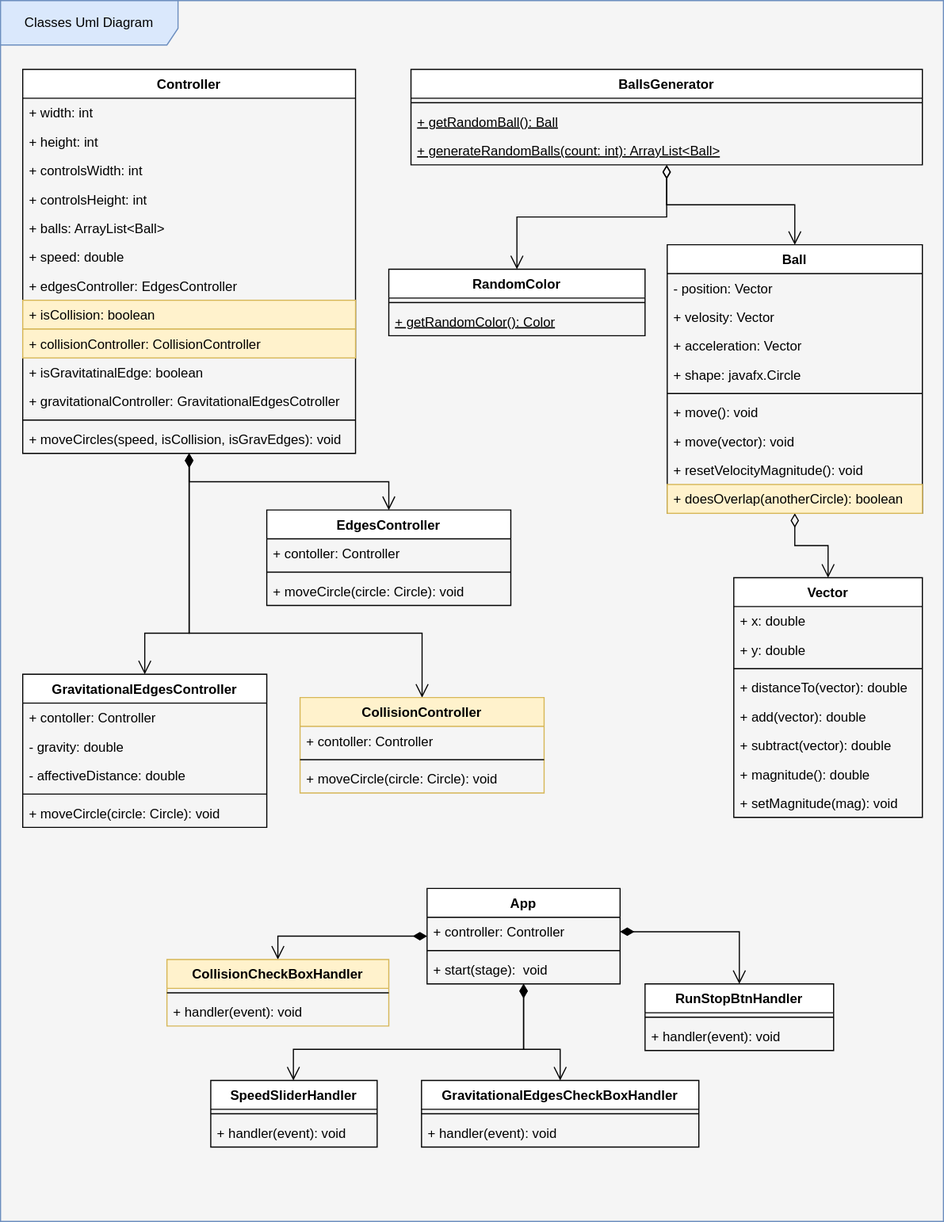
The draw.io diagram bouncing-balls-class-uml.svg in MuhammadSawalhy/bouncing-balls-javafx, before a commit. Source tidied: cells renumbered, new cells last; positions are measured from the earlier drawing's top-left corner, leaving out a move shared by most shapes.
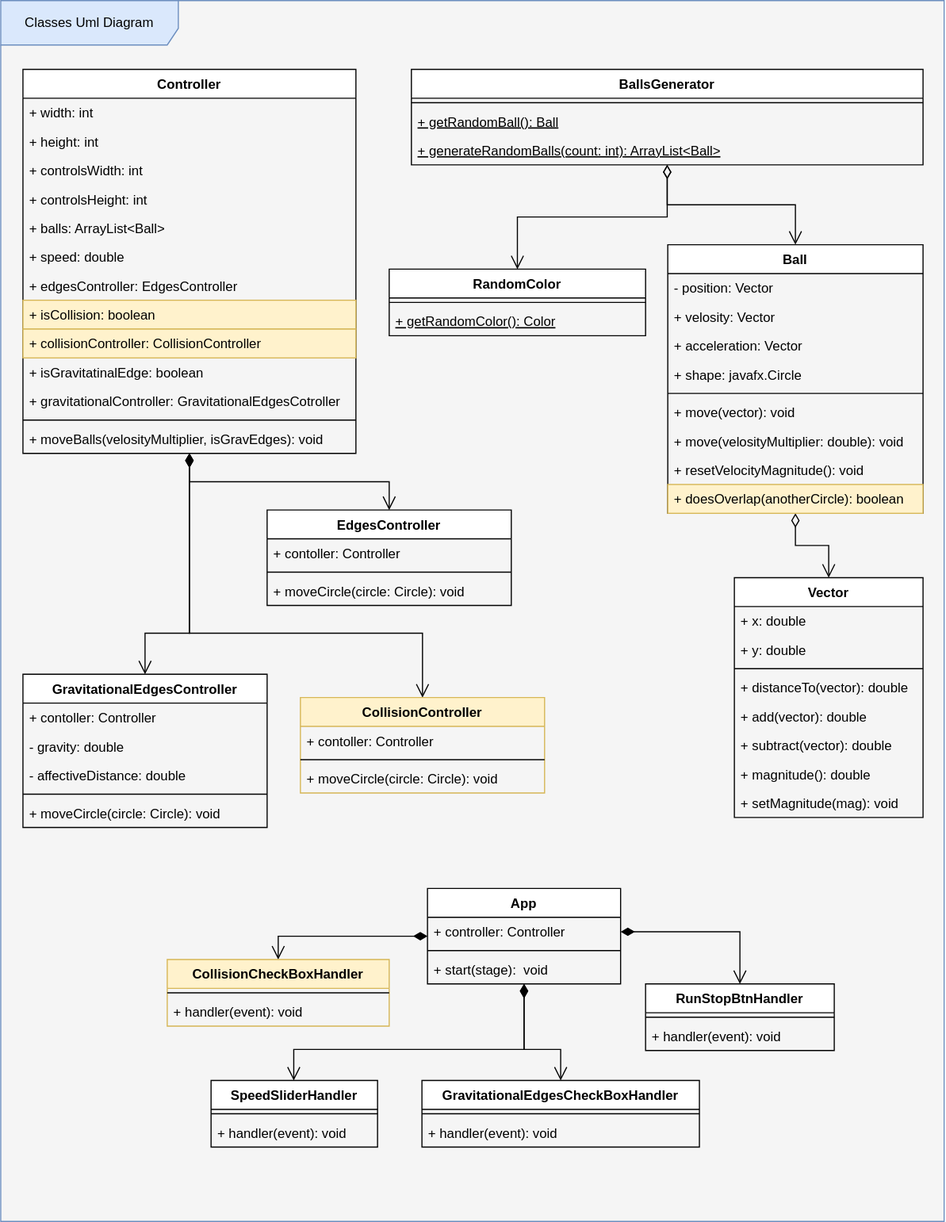
After the commit.

Commit message:
Update classes UML to fix speed controlling

- Controller.moveBalls take correct arguments
- Ball.move() is not valid anymore
- Ball.move(velosityMulriplier is used instead

What changed in the source:
```diff
@@ -63,7 +63,7 @@
     <mxCell id="18" style="line;strokeWidth=1;fillColor=none;align=left;verticalAlign=middle;spacingTop=-1;spacingLeft=3;spacingRight=3;labelPosition=right;shadow=0;" parent="6" vertex="1">
       <mxGeometry y="312" width="300" height="8" as="geometry" />
     </mxCell>
-    <mxCell id="19" value="+ moveCircles(speed, isCollision, isGravEdges): void" style="text;strokeColor=none;fillColor=none;align=left;verticalAlign=top;spacingLeft=4;spacingRight=4;overflow=hidden;shadow=0;" parent="6" vertex="1">
+    <mxCell id="19" value="+ moveBalls(velosityMultiplier, isGravEdges): void" style="text;strokeColor=none;fillColor=none;align=left;verticalAlign=top;spacingLeft=4;spacingRight=4;overflow=hidden;shadow=0;" parent="6" vertex="1">
       <mxGeometry y="320" width="300" height="26" as="geometry" />
     </mxCell>
     <mxCell id="20" style="edgeStyle=orthogonalEdgeStyle;rounded=0;jettySize=auto;html=1;entryX=0.5;entryY=0;entryDx=0;entryDy=0;startArrow=diamondThin;startFill=1;endArrow=open;endFill=0;startSize=10;endSize=10;strokeWidth=1;" parent="1" edge="1" source="23" target="70">
@@ -187,12 +187,12 @@
     <mxCell id="56" style="line;strokeWidth=1;fillColor=none;align=left;verticalAlign=middle;spacingTop=-1;spacingLeft=3;spacingRight=3;labelPosition=right;shadow=0;" parent="51" vertex="1">
       <mxGeometry y="130" width="230" height="8" as="geometry" />
     </mxCell>
+    <mxCell id="58" value="+ move(vector): void" style="text;strokeColor=none;fillColor=none;align=left;verticalAlign=top;spacingLeft=4;spacingRight=4;overflow=hidden;shadow=0;" parent="51" vertex="1">
+      <mxGeometry y="138" width="230" height="26" as="geometry" />
+    </mxCell>
-    <mxCell id="57" value="+ move(): void" style="text;strokeColor=none;fillColor=none;align=left;verticalAlign=top;spacingLeft=4;spacingRight=4;overflow=hidden;shadow=0;" parent="51" vertex="1">
-      <mxGeometry y="138" width="230" height="26" as="geometry" />
+    <mxCell id="57" value="+ move(velosityMultiplier: double): void" style="text;strokeColor=none;fillColor=none;align=left;verticalAlign=top;spacingLeft=4;spacingRight=4;overflow=hidden;shadow=0;" parent="51" vertex="1">
+      <mxGeometry y="164" width="230" height="26" as="geometry" />
     </mxCell>
-    <mxCell id="58" value="+ move(vector): void" style="text;strokeColor=none;fillColor=none;align=left;verticalAlign=top;spacingLeft=4;spacingRight=4;overflow=hidden;shadow=0;" parent="51" vertex="1">
-      <mxGeometry y="164" width="230" height="26" as="geometry" />
-    </mxCell>
     <mxCell id="59" value="+ resetVelocityMagnitude(): void" style="text;strokeColor=none;fillColor=none;align=left;verticalAlign=top;spacingLeft=4;spacingRight=4;overflow=hidden;shadow=0;" parent="51" vertex="1">
       <mxGeometry y="190" width="230" height="26" as="geometry" />
     </mxCell>
```
